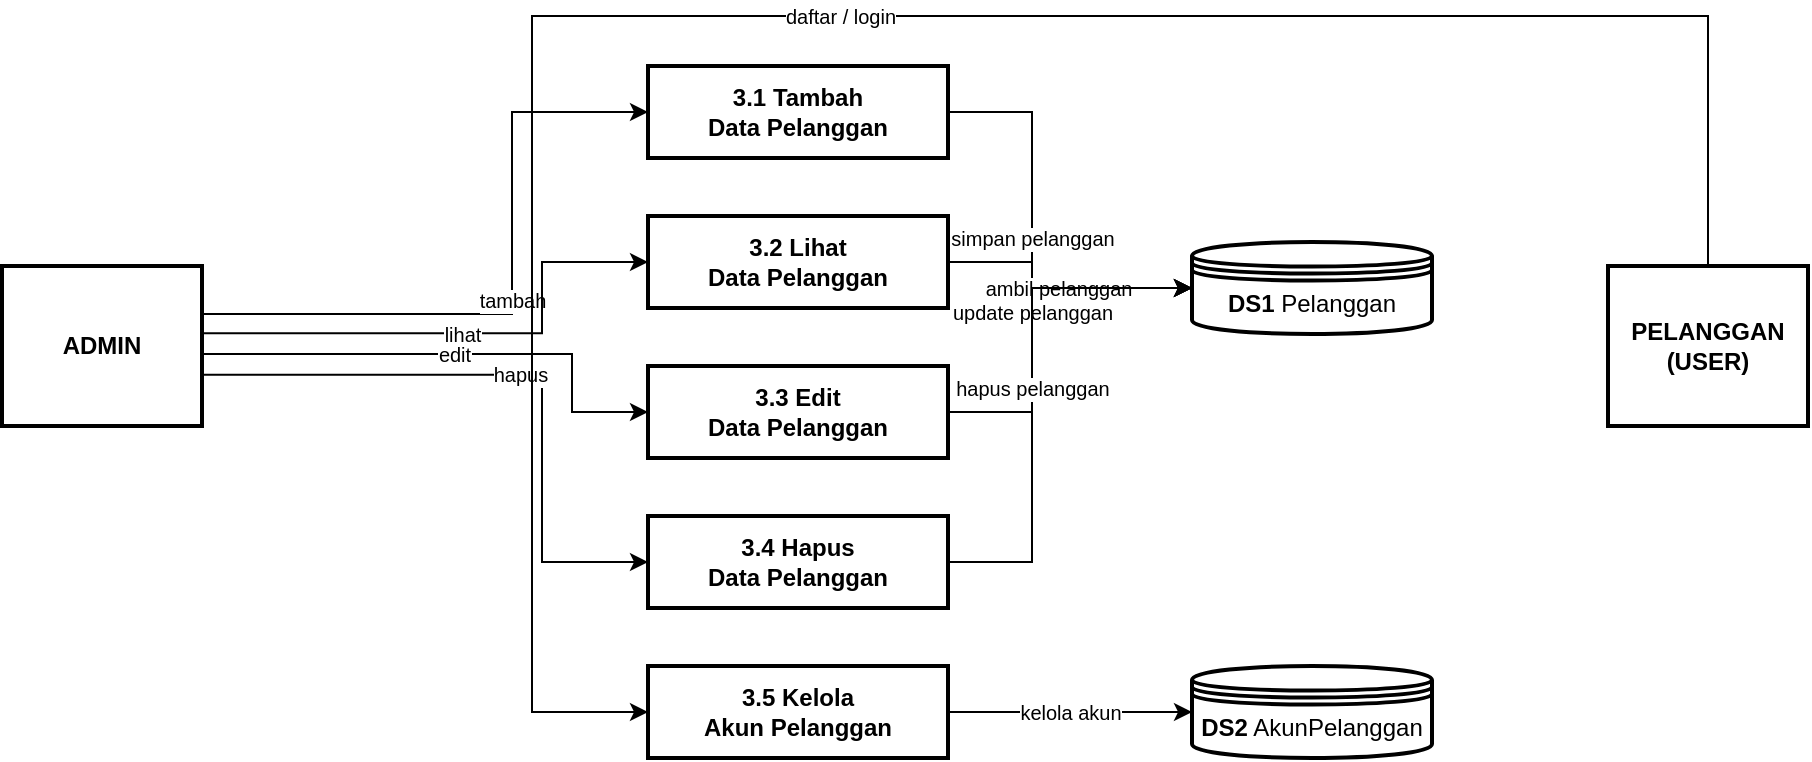
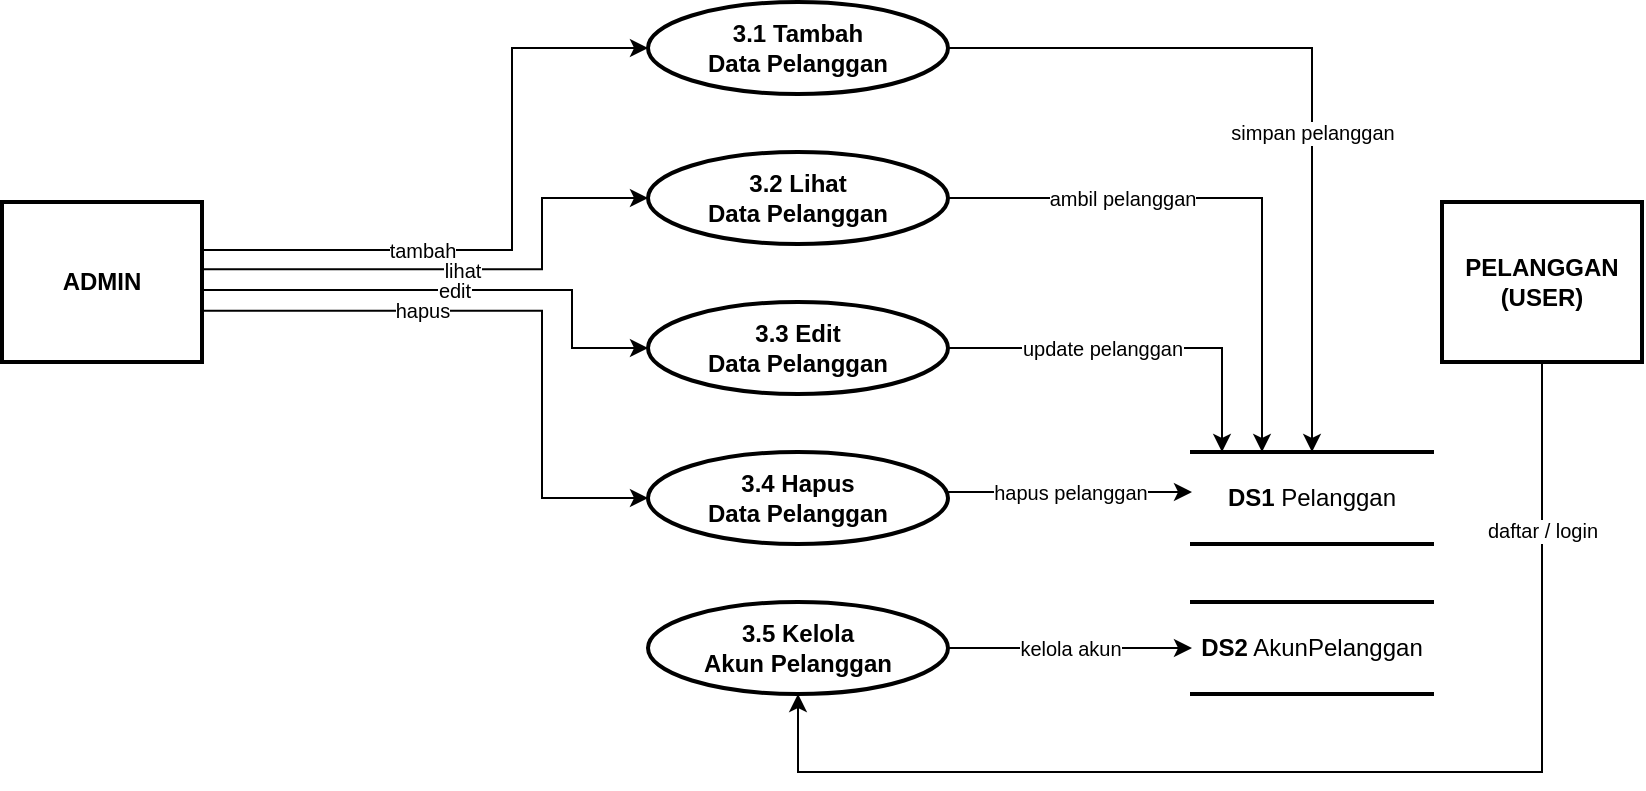
<mxfile host="app.diagrams.net">
-   <diagram name="Halaman-1" id="d4">
-     <mxGraphModel dx="1030" dy="1008" grid="0" gridSize="10" guides="1" tooltips="1" connect="1" arrows="1" fold="1" page="0" pageScale="1" pageWidth="900" pageHeight="500" math="0" shadow="0">
+   <diagram name="Halaman-1" id="fM0UbCrLWW6ai1Zt90ew">
+     <mxGraphModel>
      <root>
        <mxCell id="0" />
        <mxCell id="1" parent="0" />
-         <mxCell id="admin" parent="1" style="rounded=0;whiteSpace=wrap;html=1;fillColor=#FFFFFF;strokeColor=#000000;fontColor=#000000;strokeWidth=2;" value="&lt;b&gt;ADMIN&lt;/b&gt;" vertex="1">
-           <mxGeometry height="80" width="100" x="-95" y="150" as="geometry" />
+ 
+         <mxCell id="2" parent="1" style="rounded=0;whiteSpace=wrap;html=1;fillColor=#FFFFFF;strokeColor=#000000;fontColor=#000000;strokeWidth=2;" value="&lt;b&gt;ADMIN&lt;/b&gt;" vertex="1">
+           <mxGeometry height="80" width="100" x="1510" y="1745" as="geometry" />
        </mxCell>
-         <mxCell id="p31" parent="1" style="rounded=0;whiteSpace=wrap;html=1;fillColor=#FFFFFF;strokeColor=#000000;fontColor=#000000;strokeWidth=2;" value="&lt;b&gt;3.1 Tambah&lt;br&gt;Data Pelanggan&lt;/b&gt;" vertex="1">
-           <mxGeometry height="46" width="150" x="228" y="50" as="geometry" />
-         </mxCell>
-         <mxCell id="p32" parent="1" style="rounded=0;whiteSpace=wrap;html=1;fillColor=#FFFFFF;strokeColor=#000000;fontColor=#000000;strokeWidth=2;" value="&lt;b&gt;3.2 Lihat&lt;br&gt;Data Pelanggan&lt;/b&gt;" vertex="1">
-           <mxGeometry height="46" width="150" x="228" y="125" as="geometry" />
-         </mxCell>
-         <mxCell id="p33" parent="1" style="rounded=0;whiteSpace=wrap;html=1;fillColor=#FFFFFF;strokeColor=#000000;fontColor=#000000;strokeWidth=2;" value="&lt;b&gt;3.3 Edit&lt;br&gt;Data Pelanggan&lt;/b&gt;" vertex="1">
-           <mxGeometry height="46" width="150" x="228" y="200" as="geometry" />
-         </mxCell>
-         <mxCell id="p34" parent="1" style="rounded=0;whiteSpace=wrap;html=1;fillColor=#FFFFFF;strokeColor=#000000;fontColor=#000000;strokeWidth=2;" value="&lt;b&gt;3.4 Hapus&lt;br&gt;Data Pelanggan&lt;/b&gt;" vertex="1">
-           <mxGeometry height="46" width="150" x="228" y="275" as="geometry" />
-         </mxCell>
-         <mxCell id="p35" parent="1" style="rounded=0;whiteSpace=wrap;html=1;fillColor=#FFFFFF;strokeColor=#000000;fontColor=#000000;strokeWidth=2;" value="&lt;b&gt;3.5 Kelola&lt;br&gt;Akun Pelanggan&lt;/b&gt;" vertex="1">
-           <mxGeometry height="46" width="150" x="228" y="350" as="geometry" />
-         </mxCell>
-         <mxCell id="ds1" parent="1" style="shape=datastore;whiteSpace=wrap;html=1;fillColor=#FFFFFF;strokeColor=#000000;fontColor=#000000;strokeWidth=2;" value="&lt;b&gt;DS1&lt;/b&gt; Pelanggan" vertex="1">
-           <mxGeometry height="46" width="120" x="500" y="138" as="geometry" />
-         </mxCell>
-         <mxCell id="ds2" parent="1" style="shape=datastore;whiteSpace=wrap;html=1;fillColor=#FFFFFF;strokeColor=#000000;fontColor=#000000;strokeWidth=2;" value="&lt;b&gt;DS2&lt;/b&gt; AkunPelanggan" vertex="1">
-           <mxGeometry height="46" width="120" x="500" y="350" as="geometry" />
-         </mxCell>
-         <mxCell id="pelanggan" parent="1" style="rounded=0;whiteSpace=wrap;html=1;fillColor=#FFFFFF;strokeColor=#000000;fontColor=#000000;strokeWidth=2;" value="&lt;b&gt;PELANGGAN&lt;br&gt;(USER)&lt;/b&gt;" vertex="1">
-           <mxGeometry height="80" width="100" x="708" y="150" as="geometry" />
+         <mxCell id="10" parent="1" style="rounded=0;whiteSpace=wrap;html=1;fillColor=#FFFFFF;strokeColor=#000000;fontColor=#000000;strokeWidth=2;" value="&lt;b&gt;PELANGGAN&lt;br&gt;(USER)&lt;/b&gt;" vertex="1">
+           <mxGeometry height="80" width="100" x="2230" y="1745" as="geometry" />
        </mxCell>

-         <mxCell id="a1" edge="1" parent="1" source="admin" style="html=1;fontColor=#000000;strokeColor=#000000;fontSize=10;exitX=1;exitY=0.3;edgeStyle=orthogonalEdgeStyle;curved=0;exitDx=0;exitDy=0;rounded=0;" target="p31" value="tambah">
-           <mxGeometry relative="1" as="geometry">
-             <Array as="points">
-               <mxPoint x="160" y="174" />
-               <mxPoint x="160" y="73" />
-             </Array>
+         <mxCell id="3" parent="1" style="ellipse;whiteSpace=wrap;html=1;fillColor=#FFFFFF;strokeColor=#000000;fontColor=#000000;strokeWidth=2;" value="&lt;b&gt;3.1 Tambah&lt;br&gt;Data Pelanggan&lt;/b&gt;" vertex="1">
+           <mxGeometry height="46" width="150" x="1833" y="1645" as="geometry" />
+         </mxCell>
+         <mxCell id="4" parent="1" style="ellipse;whiteSpace=wrap;html=1;fillColor=#FFFFFF;strokeColor=#000000;fontColor=#000000;strokeWidth=2;" value="&lt;b&gt;3.2 Lihat&lt;br&gt;Data Pelanggan&lt;/b&gt;" vertex="1">
+           <mxGeometry height="46" width="150" x="1833" y="1720" as="geometry" />
+         </mxCell>
+         <mxCell id="5" parent="1" style="ellipse;whiteSpace=wrap;html=1;fillColor=#FFFFFF;strokeColor=#000000;fontColor=#000000;strokeWidth=2;" value="&lt;b&gt;3.3 Edit&lt;br&gt;Data Pelanggan&lt;/b&gt;" vertex="1">
+           <mxGeometry height="46" width="150" x="1833" y="1795" as="geometry" />
+         </mxCell>
+         <mxCell id="6" parent="1" style="ellipse;whiteSpace=wrap;html=1;fillColor=#FFFFFF;strokeColor=#000000;fontColor=#000000;strokeWidth=2;" value="&lt;b&gt;3.4 Hapus&lt;br&gt;Data Pelanggan&lt;/b&gt;" vertex="1">
+           <mxGeometry height="46" width="150" x="1833" y="1870" as="geometry" />
+         </mxCell>
+         <mxCell id="7" parent="1" style="ellipse;whiteSpace=wrap;html=1;fillColor=#FFFFFF;strokeColor=#000000;fontColor=#000000;strokeWidth=2;" value="&lt;b&gt;3.5 Kelola&lt;br&gt;Akun Pelanggan&lt;/b&gt;" vertex="1">
+           <mxGeometry height="46" width="150" x="1833" y="1945" as="geometry" />
+         </mxCell>
+ 
+         <mxCell id="8" parent="1" style="shape=partialRectangle;right=0;left=0;whiteSpace=wrap;html=1;fillColor=#FFFFFF;strokeColor=#000000;fontColor=#000000;strokeWidth=2;" value="&lt;b&gt;DS1&lt;/b&gt; Pelanggan" vertex="1">
+           <mxGeometry height="46" width="120" x="2105" y="1870" as="geometry" />
+         </mxCell>
+         <mxCell id="9" parent="1" style="shape=partialRectangle;right=0;left=0;whiteSpace=wrap;html=1;fillColor=#FFFFFF;strokeColor=#000000;fontColor=#000000;strokeWidth=2;" value="&lt;b&gt;DS2&lt;/b&gt; AkunPelanggan" vertex="1">
+           <mxGeometry height="46" width="120" x="2105" y="1945" as="geometry" />
+         </mxCell>
+ 
+         <mxCell id="11" edge="1" parent="1" source="2" style="html=1;fontColor=#000000;strokeColor=#000000;fontSize=10;exitX=1;exitY=0.3;edgeStyle=orthogonalEdgeStyle;curved=0;exitDx=0;exitDy=0;rounded=0;" target="3" value="tambah">
+           <mxGeometry relative="1" x="-0.321" as="geometry">
+             <mxPoint as="offset" />
+             <Array as="points"><mxPoint x="1765" y="1769" /><mxPoint x="1765" y="1668" /></Array>
          </mxGeometry>
        </mxCell>
-         <mxCell id="a2" edge="1" parent="1" source="admin" style="html=1;fontColor=#000000;strokeColor=#000000;fontSize=10;exitX=1;exitY=0.42;edgeStyle=orthogonalEdgeStyle;curved=0;exitDx=0;exitDy=0;rounded=0;" target="p32" value="lihat">
+         <mxCell id="12" edge="1" parent="1" source="2" style="html=1;fontColor=#000000;strokeColor=#000000;fontSize=10;exitX=1;exitY=0.42;edgeStyle=orthogonalEdgeStyle;curved=0;exitDx=0;exitDy=0;rounded=0;" target="4" value="lihat">
          <mxGeometry relative="1" as="geometry">
-             <Array as="points">
-               <mxPoint x="175" y="184" />
-               <mxPoint x="175" y="148" />
-             </Array>
+             <Array as="points"><mxPoint x="1780" y="1779" /><mxPoint x="1780" y="1743" /></Array>
          </mxGeometry>
        </mxCell>
-         <mxCell id="a3" edge="1" parent="1" source="admin" style="html=1;fontColor=#000000;strokeColor=#000000;fontSize=10;exitX=1;exitY=0.55;edgeStyle=orthogonalEdgeStyle;curved=0;exitDx=0;exitDy=0;rounded=0;" target="p33" value="edit">
+         <mxCell id="13" edge="1" parent="1" source="2" style="html=1;fontColor=#000000;strokeColor=#000000;fontSize=10;exitX=1;exitY=0.55;edgeStyle=orthogonalEdgeStyle;curved=0;exitDx=0;exitDy=0;rounded=0;" target="5" value="edit">
          <mxGeometry relative="1" as="geometry">
-             <Array as="points">
-               <mxPoint x="190" y="194" />
-               <mxPoint x="190" y="223" />
-             </Array>
+             <Array as="points"><mxPoint x="1795" y="1789" /><mxPoint x="1795" y="1818" /></Array>
          </mxGeometry>
        </mxCell>
-         <mxCell id="a4" edge="1" parent="1" source="admin" style="html=1;fontColor=#000000;strokeColor=#000000;fontSize=10;exitX=1;exitY=0.68;edgeStyle=orthogonalEdgeStyle;curved=0;exitDx=0;exitDy=0;rounded=0;" target="p34" value="hapus">
-           <mxGeometry relative="1" as="geometry">
-             <Array as="points">
-               <mxPoint x="175" y="204" />
-               <mxPoint x="175" y="298" />
-             </Array>
+         <mxCell id="14" edge="1" parent="1" source="2" style="html=1;fontColor=#000000;strokeColor=#000000;fontSize=10;exitX=1;exitY=0.68;edgeStyle=orthogonalEdgeStyle;curved=0;exitDx=0;exitDy=0;rounded=0;" target="6" value="hapus">
+           <mxGeometry relative="1" x="-0.3051" as="geometry">
+             <mxPoint as="offset" />
+             <Array as="points"><mxPoint x="1780" y="1799" /><mxPoint x="1780" y="1893" /></Array>
          </mxGeometry>
        </mxCell>
- 
-         <mxCell id="c1" edge="1" parent="1" style="html=1;fontColor=#000000;strokeColor=#000000;fontSize=10;edgeStyle=orthogonalEdgeStyle;curved=0;rounded=0;" target="p35" value="daftar / login">
-           <mxGeometry relative="1" as="geometry">
-             <Array as="points">
-               <mxPoint x="758" y="25" />
-               <mxPoint x="170" y="25" />
-               <mxPoint x="170" y="373" />
-             </Array>
-             <mxPoint x="758" y="150" as="sourcePoint" />
+         <mxCell id="15" edge="1" parent="1" source="10" style="html=1;fontColor=#000000;strokeColor=#000000;fontSize=10;edgeStyle=orthogonalEdgeStyle;curved=0;rounded=0;exitX=0.5;exitY=1;exitDx=0;exitDy=0;" target="7" value="daftar / login">
+           <mxGeometry relative="1" x="-0.7282" as="geometry">
+             <mxPoint as="offset" />
+             <Array as="points"><mxPoint x="2280" y="2030" /><mxPoint x="1908" y="2030" /></Array>
+             <mxPoint x="2363" y="1830" as="sourcePoint" />
          </mxGeometry>
        </mxCell>
- 
-         <mxCell id="d1" edge="1" parent="1" source="p31" style="html=1;fontColor=#000000;strokeColor=#000000;fontSize=10;exitX=1;exitY=0.5;edgeStyle=orthogonalEdgeStyle;curved=0;exitDx=0;exitDy=0;rounded=0;" target="ds1" value="simpan pelanggan">
-           <mxGeometry relative="1" as="geometry">
-             <Array as="points">
-               <mxPoint x="420" y="73" />
-               <mxPoint x="420" y="161" />
-             </Array>
+         <mxCell id="16" edge="1" parent="1" source="3" style="html=1;fontColor=#000000;strokeColor=#000000;fontSize=10;exitX=1;exitY=0.5;edgeStyle=orthogonalEdgeStyle;curved=0;exitDx=0;exitDy=0;rounded=0;" target="8" value="simpan pelanggan">
+           <mxGeometry relative="1" x="0.1667" as="geometry">
+             <mxPoint as="offset" />
+             <Array as="points"><mxPoint x="2165" y="1668" /></Array>
          </mxGeometry>
        </mxCell>
-         <mxCell id="d2" edge="1" parent="1" source="p32" style="html=1;fontColor=#000000;strokeColor=#000000;fontSize=10;exitX=1;exitY=0.5;edgeStyle=orthogonalEdgeStyle;curved=0;exitDx=0;exitDy=0;rounded=0;" target="ds1" value="ambil pelanggan">
-           <mxGeometry relative="1" as="geometry">
-             <Array as="points">
-               <mxPoint x="420" y="148" />
-               <mxPoint x="420" y="161" />
-             </Array>
+         <mxCell id="17" edge="1" parent="1" source="4" style="html=1;fontColor=#000000;strokeColor=#000000;fontSize=10;exitX=1;exitY=0.5;edgeStyle=orthogonalEdgeStyle;curved=0;exitDx=0;exitDy=0;rounded=0;" target="8" value="ambil pelanggan">
+           <mxGeometry relative="1" x="-0.3873" as="geometry">
+             <mxPoint as="offset" />
+             <Array as="points"><mxPoint x="2140" y="1743" /></Array>
          </mxGeometry>
        </mxCell>
-         <mxCell id="d3" edge="1" parent="1" source="p33" style="html=1;fontColor=#000000;strokeColor=#000000;fontSize=10;exitX=1;exitY=0.5;edgeStyle=orthogonalEdgeStyle;curved=0;exitDx=0;exitDy=0;rounded=0;" target="ds1" value="update pelanggan">
-           <mxGeometry relative="1" as="geometry">
-             <Array as="points">
-               <mxPoint x="420" y="223" />
-               <mxPoint x="420" y="161" />
-             </Array>
+         <mxCell id="18" edge="1" parent="1" source="5" style="html=1;fontColor=#000000;strokeColor=#000000;fontSize=10;exitX=1;exitY=0.5;edgeStyle=orthogonalEdgeStyle;curved=0;exitDx=0;exitDy=0;rounded=0;" target="8" value="update pelanggan">
+           <mxGeometry relative="1" x="-0.1852" as="geometry">
+             <mxPoint as="offset" />
+             <Array as="points"><mxPoint x="2120" y="1818" /></Array>
          </mxGeometry>
        </mxCell>
-         <mxCell id="d4" edge="1" parent="1" source="p34" style="html=1;fontColor=#000000;strokeColor=#000000;fontSize=10;exitX=1;exitY=0.5;edgeStyle=orthogonalEdgeStyle;curved=0;exitDx=0;exitDy=0;rounded=0;" target="ds1" value="hapus pelanggan">
-           <mxGeometry relative="1" as="geometry">
-             <Array as="points">
-               <mxPoint x="420" y="298" />
-               <mxPoint x="420" y="161" />
-             </Array>
+         <mxCell id="19" edge="1" parent="1" style="html=1;fontColor=#000000;strokeColor=#000000;fontSize=10;edgeStyle=orthogonalEdgeStyle;curved=0;rounded=0;" target="8" value="hapus pelanggan">
+           <mxGeometry relative="1" x="-0.0017" as="geometry">
+             <mxPoint as="offset" />
+             <Array as="points"><mxPoint x="1983" y="1890" /></Array>
+             <mxPoint x="1983" y="1890" as="sourcePoint" />
          </mxGeometry>
        </mxCell>
-         <mxCell id="d5" edge="1" parent="1" source="p35" style="html=1;fontColor=#000000;strokeColor=#000000;fontSize=10;exitX=1;exitY=0.5;edgeStyle=orthogonalEdgeStyle;curved=0;exitDx=0;exitDy=0;rounded=0;" target="ds2" value="kelola akun">
+         <mxCell id="20" edge="1" parent="1" source="7" style="html=1;fontColor=#000000;strokeColor=#000000;fontSize=10;exitX=1;exitY=0.5;edgeStyle=orthogonalEdgeStyle;curved=0;exitDx=0;exitDy=0;rounded=0;" target="9" value="kelola akun">
          <mxGeometry relative="1" as="geometry">
-             <Array as="points">
-               <mxPoint x="420" y="373" />
-               <mxPoint x="420" y="373" />
-             </Array>
+             <Array as="points"><mxPoint x="2025" y="1968" /><mxPoint x="2025" y="1968" /></Array>
          </mxGeometry>
        </mxCell>
      </root>
    </mxGraphModel>
  </diagram>
- </mxfile>
+ </mxfile>